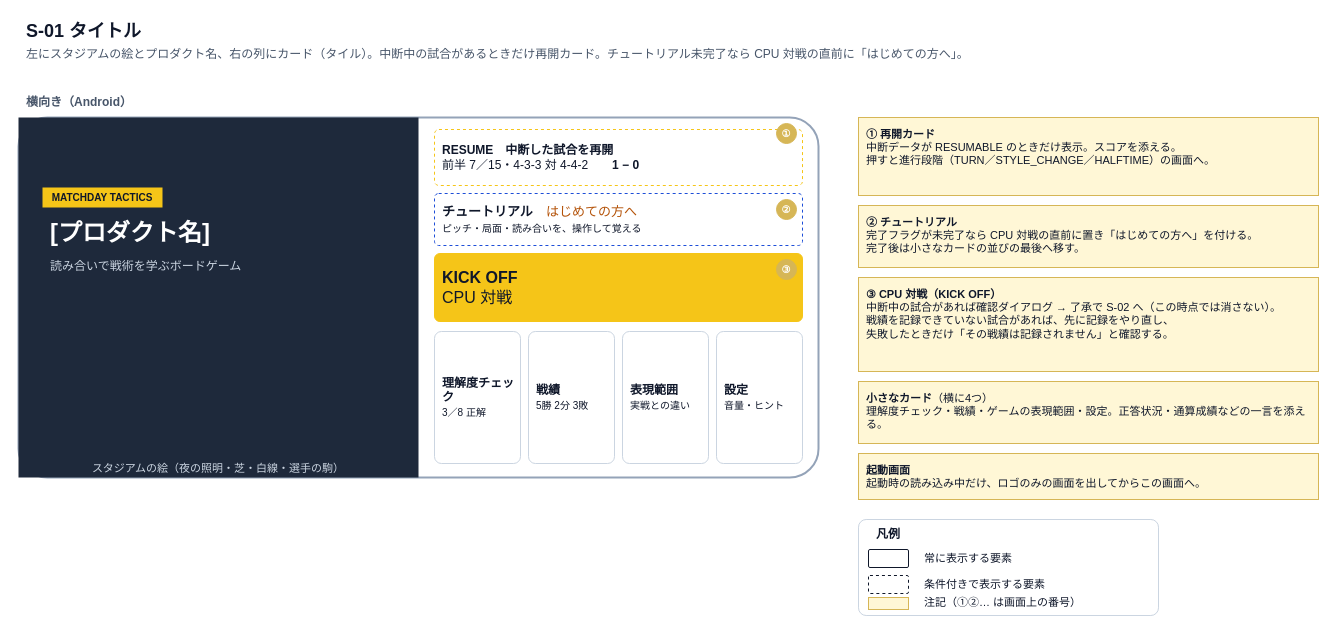
Earlier version of the draw.io diagram page "wireframe-s01-title" (1 of 12) of docs/specs/2_basic-design/wireframes.drawio (n-yata/soccer-sim). Source tidied: cells renumbered, new cells numbered last; positions are measured from the earlier drawing's top-left corner, leaving out a move shared by most shapes. Both pictures are drawn from the tidied source at 100%, with x=0, y=0 at pixel (18, 17).
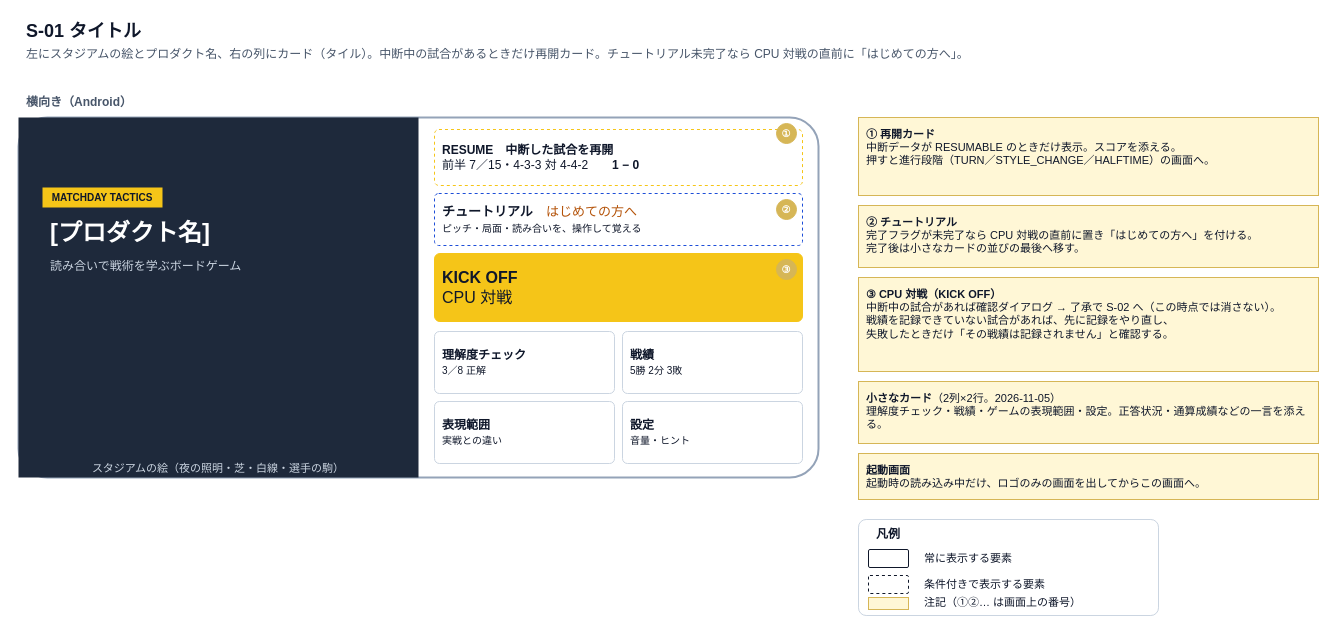
After the change.

The edit, as a diff of the source:
```diff
@@
     <mxCell id="16" value="&lt;b&gt;理解度チェック&lt;/b&gt;&lt;br&gt;&lt;span style='font-size:10px'&gt;3／8 正解&lt;/span&gt;" style="rounded=1;arcSize=8;whiteSpace=wrap;html=1;fillColor=#FFFFFF;strokeColor=#CBD5E1;fontSize=12;fontColor=#0F172A;align=left;verticalAlign=middle;spacingLeft=6;spacingRight=6;" parent="1" vertex="1">
-      <mxGeometry x="416" y="314" width="86" height="132" as="geometry" />
+      <mxGeometry x="416" y="314" width="180" height="62" as="geometry" />
     </mxCell>
     <mxCell id="17" value="&lt;b&gt;戦績&lt;/b&gt;&lt;br&gt;&lt;span style='font-size:10px'&gt;5勝 2分 3敗&lt;/span&gt;" style="rounded=1;arcSize=8;whiteSpace=wrap;html=1;fillColor=#FFFFFF;strokeColor=#CBD5E1;fontSize=12;fontColor=#0F172A;align=left;verticalAlign=middle;spacingLeft=6;spacingRight=6;" parent="1" vertex="1">
-      <mxGeometry x="510" y="314" width="86" height="132" as="geometry" />
+      <mxGeometry x="604" y="314" width="180" height="62" as="geometry" />
     </mxCell>
     <mxCell id="18" value="&lt;b&gt;表現範囲&lt;/b&gt;&lt;br&gt;&lt;span style='font-size:10px'&gt;実戦との違い&lt;/span&gt;" style="rounded=1;arcSize=8;whiteSpace=wrap;html=1;fillColor=#FFFFFF;strokeColor=#CBD5E1;fontSize=12;fontColor=#0F172A;align=left;verticalAlign=middle;spacingLeft=6;spacingRight=6;" parent="1" vertex="1">
-      <mxGeometry x="604" y="314" width="86" height="132" as="geometry" />
+      <mxGeometry x="416" y="384" width="180" height="62" as="geometry" />
     </mxCell>
     <mxCell id="19" value="&lt;b&gt;設定&lt;/b&gt;&lt;br&gt;&lt;span style='font-size:10px'&gt;音量・ヒント&lt;/span&gt;" style="rounded=1;arcSize=8;whiteSpace=wrap;html=1;fillColor=#FFFFFF;strokeColor=#CBD5E1;fontSize=12;fontColor=#0F172A;align=left;verticalAlign=middle;spacingLeft=6;spacingRight=6;" parent="1" vertex="1">
-      <mxGeometry x="698" y="314" width="86" height="132" as="geometry" />
+      <mxGeometry x="604" y="384" width="180" height="62" as="geometry" />
     </mxCell>
@@
-    <mxCell id="23" value="&lt;b&gt;小さなカード&lt;/b&gt;（横に4つ）&lt;br&gt;理解度チェック・戦績・ゲームの表現範囲・設定。正答状況・通算成績などの一言を添える。" style="rounded=0;arcSize=8;whiteSpace=wrap;html=1;fillColor=#FFF7D6;strokeColor=#D6B656;fontSize=11;fontColor=#0F172A;align=left;verticalAlign=top;spacingLeft=6;spacingRight=6;spacingTop=4;" parent="1" vertex="1">
+    <mxCell id="23" value="&lt;b&gt;小さなカード&lt;/b&gt;（2列×2行。2026-11-05）&lt;br&gt;理解度チェック・戦績・ゲームの表現範囲・設定。正答状況・通算成績などの一言を添える。" style="rounded=0;arcSize=8;whiteSpace=wrap;html=1;fillColor=#FFF7D6;strokeColor=#D6B656;fontSize=11;fontColor=#0F172A;align=left;verticalAlign=top;spacingLeft=6;spacingRight=6;spacingTop=4;" parent="1" vertex="1">
       <mxGeometry x="840" y="364" width="460" height="62" as="geometry" />
     </mxCell>
```
